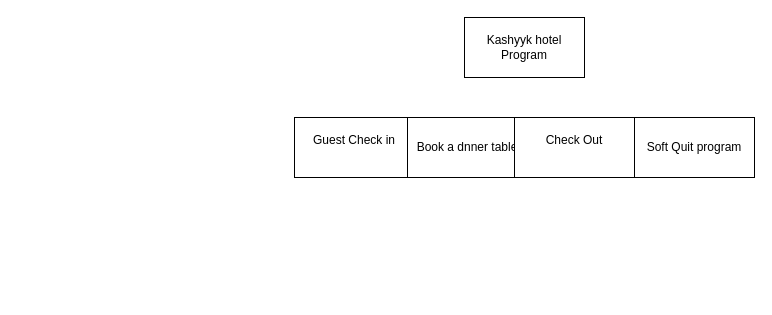
The draw.io diagram MainStructure.drawio in BHASVIC-FinnJones23/Kashyyyk6, before the edit. Source tidied: cells renumbered, new cells numbered last; positions are measured from the earlier drawing's top-left corner, leaving out a move shared by most shapes. Both pictures are drawn from the tidied source at 100%, with x=0, y=0 at pixel (294, 17).
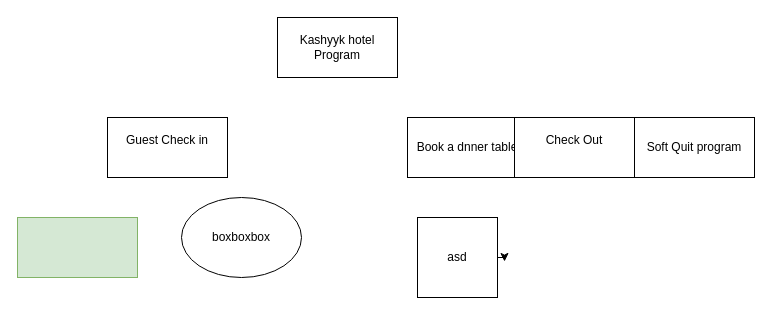
After the change.

Diff of the diagram source:
```diff
@@
 <mxGraphModel>
   <root>
     <mxCell id="0" />
     <mxCell id="1" parent="0" />
     <mxCell id="2" value="Kashyyk hotel Program" style="rounded=0;whiteSpace=wrap;html=1;" parent="1" vertex="1">
-      <mxGeometry x="170" width="120" height="60" as="geometry" />
+      <mxGeometry x="-17" width="120" height="60" as="geometry" />
     </mxCell>
     <mxCell id="3" value="&lt;div&gt;Guest Check in&lt;/div&gt;&lt;div&gt;&lt;br&gt;&lt;/div&gt;" style="rounded=0;whiteSpace=wrap;html=1;" parent="1" vertex="1">
-      <mxGeometry y="100" width="120" height="60" as="geometry" />
+      <mxGeometry x="-187" y="100" width="120" height="60" as="geometry" />
     </mxCell>
     <mxCell id="4" value="Book a dnner table" style="rounded=0;whiteSpace=wrap;html=1;" parent="1" vertex="1">
       <mxGeometry x="113" y="100" width="120" height="60" as="geometry" />
     </mxCell>
     <mxCell id="5" value="&lt;div&gt;Check Out&lt;/div&gt;&lt;div&gt;&lt;br&gt;&lt;/div&gt;" style="rounded=0;whiteSpace=wrap;html=1;" parent="1" vertex="1">
       <mxGeometry x="220" y="100" width="120" height="60" as="geometry" />
     </mxCell>
     <mxCell id="6" value="Soft Quit program" style="rounded=0;whiteSpace=wrap;html=1;" parent="1" vertex="1">
       <mxGeometry x="340" y="100" width="120" height="60" as="geometry" />
     </mxCell>
+    <mxCell id="7" style="rounded=0;whiteSpace=wrap;html=1;fillColor=#d5e8d4;strokeColor=#82b366;" parent="1" vertex="1">
+      <mxGeometry x="-277" y="200" width="120" height="60" as="geometry" />
+    </mxCell>
+    <mxCell id="8" value="asd" style="whiteSpace=wrap;html=1;" parent="1" vertex="1">
+      <mxGeometry x="123" y="200" width="80" height="80" as="geometry" />
+    </mxCell>
+    <mxCell id="9" value="boxboxbox" style="ellipse;whiteSpace=wrap;html=1;" parent="1" vertex="1">
+      <mxGeometry x="-113" y="180" width="120" height="80" as="geometry" />
+    </mxCell>
+    <mxCell id="10" style="edgeStyle=orthogonalEdgeStyle;rounded=0;orthogonalLoop=1;jettySize=auto;html=1;exitX=1;exitY=0.5;exitDx=0;exitDy=0;entryX=1.088;entryY=0.55;entryDx=0;entryDy=0;entryPerimeter=0;" parent="1" edge="1" source="8" target="8">
+      <mxGeometry relative="1" as="geometry" />
+    </mxCell>
   </root>
 </mxGraphModel>
```
